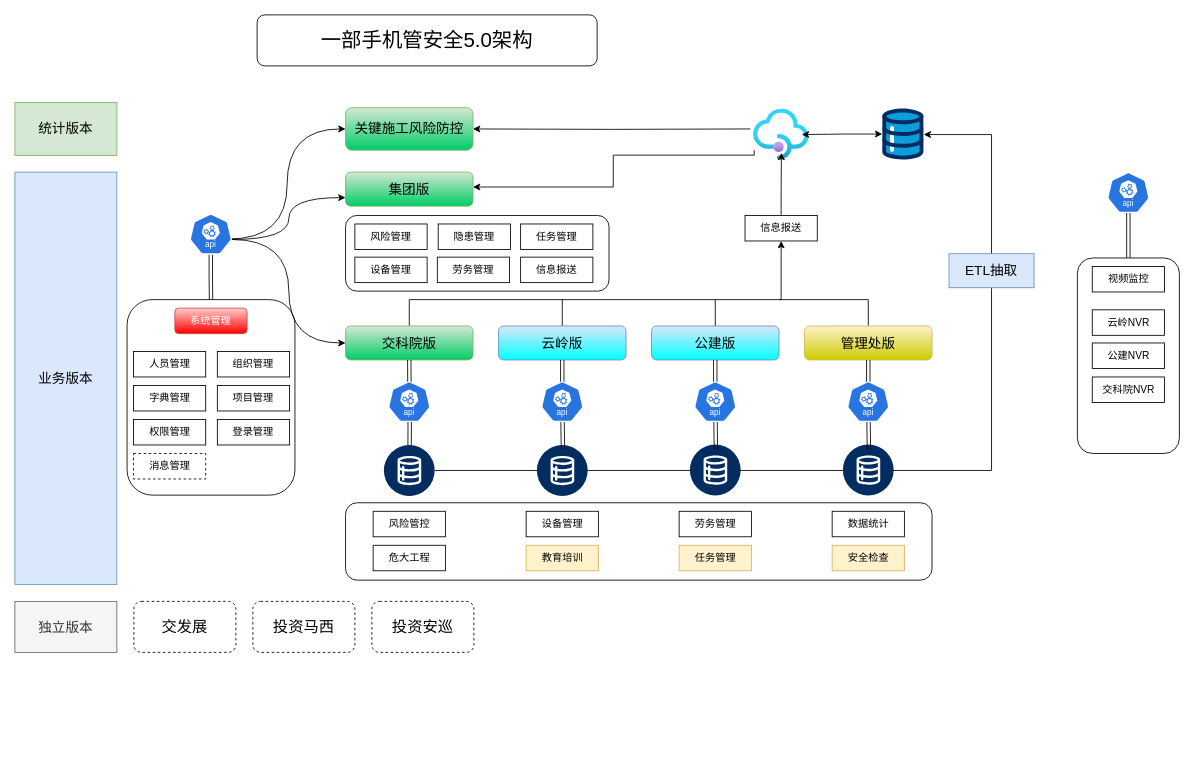
The draw.io diagram 安全5.0架构.drawio in kerwin58/drawio, before the edit. Source tidied: cells renumbered, new cells numbered last; positions are measured from the earlier drawing's top-left corner, leaving out a move shared by most shapes. Both pictures are drawn from the tidied source at 85%, with x=0, y=0 at pixel (14, 14).
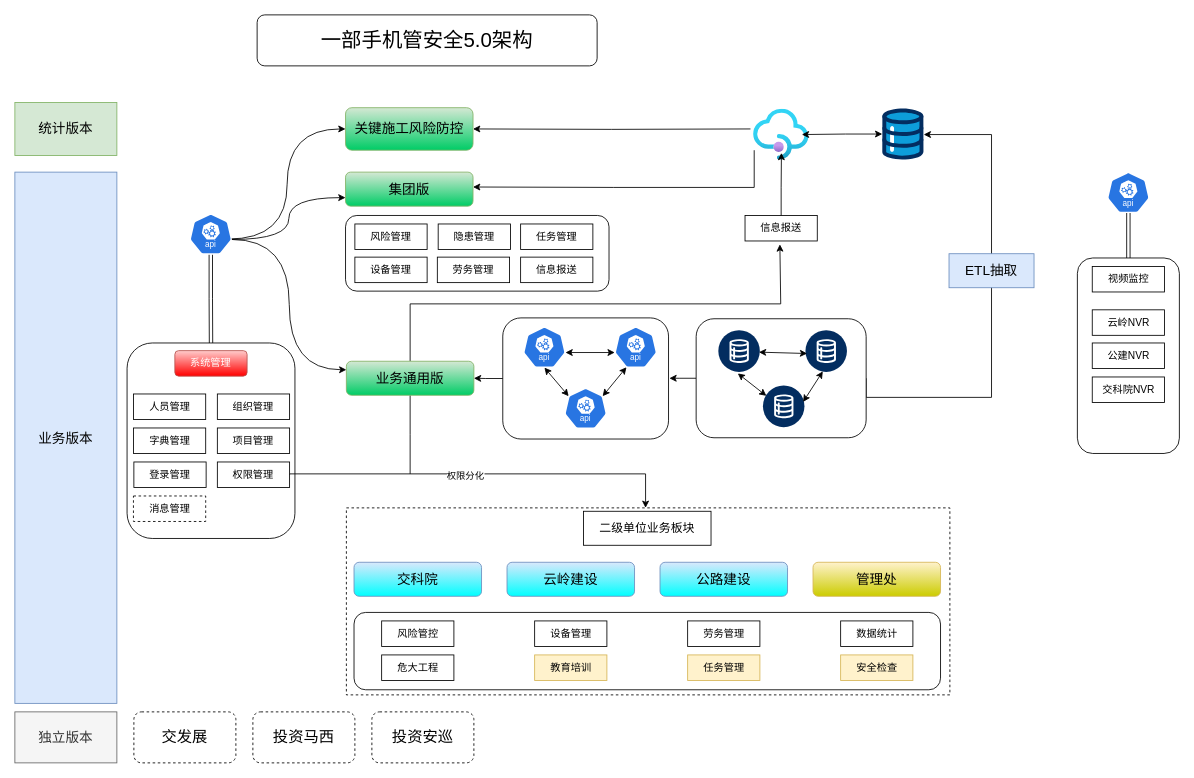
The same diagram, later.

Commit message (it also covers changes not shown here):
更新安全5.0架构.drawio

Unchanged cells that the change refers to:
```xml
<mxCell id="50" style="verticalLabelPosition=bottom;html=1;shape=mxgraph.salesforce.data;" parent="1" vertex="1">
  <mxGeometry x="1020.4" y="110.2" width="48.6" height="60" as="geometry" />
</mxCell>
<mxCell id="54" style="image;html=1;points=[];align=center;fontSize=12;image=img/lib/azure2/app_services/API_Management_Services.svg;" parent="1" vertex="1">
  <mxGeometry x="869" y="110.8" width="65" height="60" as="geometry" />
</mxCell>
<mxCell id="64" value="信息报送" style="rounded=0;whiteSpace=wrap;html=1;" parent="1" vertex="1">
  <mxGeometry x="859" y="236" width="85" height="30" as="geometry" />
</mxCell>
<mxCell id="73" style="sketch=0;html=1;dashed=0;whitespace=wrap;verticalLabelPosition=bottom;verticalAlign=top;fillColor=#2875E2;strokeColor=#ffffff;points=[[0.005,0.63,0],[0.1,0.2,0],[0.9,0.2,0],[0.5,0,0],[0.995,0.63,0],[0.72,0.99,0],[0.5,1,0],[0.28,0.99,0]];shape=mxgraph.kubernetes.icon2;kubernetesLabel=1;prIcon=api;" parent="1" vertex="1">
  <mxGeometry x="205.5" y="234" width="50" height="48" as="geometry" />
</mxCell>
```

Change to the diagram source:
```diff
@@
+    <mxCell id="77" style="rounded=0;whiteSpace=wrap;html=1;dashed=1;" parent="1" vertex="1">
+      <mxGeometry x="390" y="580" width="710" height="220" as="geometry" />
+    </mxCell>
@@
-    <mxCell id="3" style="edgeStyle=orthogonalEdgeStyle;rounded=0;jettySize=auto;html=1;entryX=1.006;entryY=0.51;entryDx=0;entryDy=0;entryPerimeter=0;" parent="1" edge="1" source="33" target="50">
+    <mxCell id="3" style="edgeStyle=orthogonalEdgeStyle;rounded=0;jettySize=auto;html=1;entryX=1.006;entryY=0.51;entryDx=0;entryDy=0;entryPerimeter=0;exitX=1;exitY=0.5;exitDx=0;exitDy=0;" parent="1" edge="1" source="90" target="50">
       <mxGeometry relative="1" as="geometry">
         <Array as="points">
-          <mxPoint x="1149" y="536" />
+          <mxPoint x="1149" y="450" />
           <mxPoint x="1149" y="141" />
         </Array>
       </mxGeometry>
     </mxCell>
@@
-    <mxCell id="5" style="edgeStyle=orthogonalEdgeStyle;rounded=0;jettySize=auto;html=1;exitX=0.5;exitY=0;exitDx=0;exitDy=0;endArrow=none;endFill=0;" parent="1" edge="1" source="6">
-      <mxGeometry relative="1" as="geometry">
-        <mxPoint x="644" y="335" as="targetPoint" />
-      </mxGeometry>
-    </mxCell>
-    <mxCell id="6" value="&lt;font style=&quot;font-size: 16px;&quot;&gt;云岭版&lt;/font&gt;" style="rounded=1;whiteSpace=wrap;html=1;fillColor=#dae8fc;strokeColor=#6c8ebf;gradientColor=#00FFFF;" parent="1" vertex="1">
-      <mxGeometry x="569" y="366" width="150" height="40" as="geometry" />
+    <mxCell id="6" value="&lt;font style=&quot;font-size: 16px;&quot;&gt;云岭建设&lt;/font&gt;" style="rounded=1;whiteSpace=wrap;html=1;fillColor=#dae8fc;strokeColor=#6c8ebf;gradientColor=#00FFFF;" parent="1" vertex="1">
+      <mxGeometry x="579" y="644" width="150" height="40" as="geometry" />
     </mxCell>
-    <mxCell id="7" style="edgeStyle=orthogonalEdgeStyle;rounded=0;jettySize=auto;html=1;exitX=0.5;exitY=0;exitDx=0;exitDy=0;entryX=0.5;entryY=1;entryDx=0;entryDy=0;" parent="1" edge="1" source="8" target="64">
-      <mxGeometry relative="1" as="geometry">
-        <Array as="points">
-          <mxPoint x="464" y="335" />
-          <mxPoint x="902" y="335" />
-        </Array>
-      </mxGeometry>
-    </mxCell>
-    <mxCell id="8" value="&lt;font style=&quot;font-size: 16px;&quot;&gt;交科院版&lt;/font&gt;" style="rounded=1;whiteSpace=wrap;html=1;fillColor=#d5e8d4;strokeColor=#82b366;gradientColor=#00CC66;" parent="1" vertex="1">
-      <mxGeometry x="389" y="366" width="150" height="40" as="geometry" />
+    <mxCell id="8" value="&lt;font style=&quot;font-size: 16px;&quot;&gt;交科院&lt;/font&gt;" style="rounded=1;whiteSpace=wrap;html=1;fillColor=#dae8fc;strokeColor=#6c8ebf;gradientColor=#00FFFF;" parent="1" vertex="1">
+      <mxGeometry x="399" y="644" width="150" height="40" as="geometry" />
     </mxCell>
-    <mxCell id="9" style="edgeStyle=orthogonalEdgeStyle;rounded=0;jettySize=auto;html=1;exitX=0.5;exitY=0;exitDx=0;exitDy=0;endArrow=none;endFill=0;" parent="1" edge="1" source="10">
-      <mxGeometry relative="1" as="geometry">
-        <mxPoint x="824" y="335" as="targetPoint" />
-      </mxGeometry>
-    </mxCell>
-    <mxCell id="10" value="&lt;font style=&quot;font-size: 16px;&quot;&gt;公建版&lt;/font&gt;" style="rounded=1;whiteSpace=wrap;html=1;fillColor=#dae8fc;strokeColor=#6c8ebf;gradientColor=#00FFFF;" parent="1" vertex="1">
-      <mxGeometry x="749" y="366" width="150" height="40" as="geometry" />
+    <mxCell id="10" value="&lt;font style=&quot;font-size: 16px;&quot;&gt;公路建设&lt;/font&gt;" style="rounded=1;whiteSpace=wrap;html=1;fillColor=#dae8fc;strokeColor=#6c8ebf;gradientColor=#00FFFF;" parent="1" vertex="1">
+      <mxGeometry x="759" y="644" width="150" height="40" as="geometry" />
     </mxCell>
-    <mxCell id="11" style="edgeStyle=orthogonalEdgeStyle;rounded=0;jettySize=auto;html=1;exitX=0.5;exitY=0;exitDx=0;exitDy=0;endArrow=none;endFill=0;" parent="1" edge="1" source="12">
-      <mxGeometry relative="1" as="geometry">
-        <mxPoint x="899" y="335" as="targetPoint" />
-        <Array as="points">
-          <mxPoint x="1004" y="335" />
-          <mxPoint x="910" y="335" />
-        </Array>
-      </mxGeometry>
-    </mxCell>
-    <mxCell id="12" value="&lt;font style=&quot;font-size: 16px;&quot;&gt;管理处版&lt;/font&gt;" style="rounded=1;whiteSpace=wrap;html=1;fillColor=#fff2cc;strokeColor=#d6b656;gradientColor=#CCCC00;" parent="1" vertex="1">
-      <mxGeometry x="929" y="366" width="150" height="40" as="geometry" />
+    <mxCell id="12" value="&lt;font style=&quot;font-size: 16px;&quot;&gt;管理处&lt;/font&gt;" style="rounded=1;whiteSpace=wrap;html=1;fillColor=#fff2cc;strokeColor=#d6b656;gradientColor=#CCCC00;" parent="1" vertex="1">
+      <mxGeometry x="939" y="644" width="150" height="40" as="geometry" />
     </mxCell>
     <mxCell id="13" value="&lt;font style=&quot;font-size: 18px;&quot;&gt;交发展&lt;/font&gt;" style="rounded=1;whiteSpace=wrap;html=1;dashed=1;" parent="1" vertex="1">
-      <mxGeometry x="140" y="690" width="120" height="60" as="geometry" />
+      <mxGeometry x="140" y="820" width="120" height="60" as="geometry" />
     </mxCell>
     <mxCell id="14" value="&lt;font style=&quot;font-size: 18px;&quot;&gt;投资马西&lt;/font&gt;" style="rounded=1;whiteSpace=wrap;html=1;dashed=1;" parent="1" vertex="1">
-      <mxGeometry x="280" y="690" width="120" height="60" as="geometry" />
+      <mxGeometry x="280" y="820" width="120" height="60" as="geometry" />
     </mxCell>
     <mxCell id="15" value="&lt;font style=&quot;font-size: 18px;&quot;&gt;投资安巡&lt;/font&gt;" style="rounded=1;whiteSpace=wrap;html=1;dashed=1;" parent="1" vertex="1">
-      <mxGeometry x="420" y="690" width="120" height="60" as="geometry" />
+      <mxGeometry x="420" y="820" width="120" height="60" as="geometry" />
     </mxCell>
@@
     <mxCell id="18" value="&lt;font style=&quot;font-size: 16px;&quot;&gt;独立版本&lt;/font&gt;" style="rounded=0;whiteSpace=wrap;html=1;fillColor=#f5f5f5;fontColor=#333333;strokeColor=#666666;" parent="1" vertex="1">
-      <mxGeometry y="690" width="120" height="60" as="geometry" />
+      <mxGeometry y="820" width="120" height="60" as="geometry" />
     </mxCell>
     <mxCell id="19" value="&lt;font style=&quot;font-size: 16px;&quot;&gt;业务版本&lt;/font&gt;" style="rounded=0;whiteSpace=wrap;html=1;fillColor=#dae8fc;strokeColor=#6c8ebf;" parent="1" vertex="1">
-      <mxGeometry y="185" width="120" height="485" as="geometry" />
+      <mxGeometry y="185" width="120" height="625" as="geometry" />
     </mxCell>
@@
     <mxCell id="21" style="rounded=1;whiteSpace=wrap;html=1;" parent="1" vertex="1">
-      <mxGeometry x="389" y="574" width="690" height="91" as="geometry" />
+      <mxGeometry x="399" y="703" width="690" height="91" as="geometry" />
     </mxCell>
     <mxCell id="22" value="风险管控" style="rounded=0;whiteSpace=wrap;html=1;" parent="1" vertex="1">
-      <mxGeometry x="421.5" y="584" width="85" height="30" as="geometry" />
+      <mxGeometry x="431.5" y="713" width="85" height="30" as="geometry" />
     </mxCell>
     <mxCell id="23" value="危大工程" style="rounded=0;whiteSpace=wrap;html=1;" parent="1" vertex="1">
-      <mxGeometry x="421.5" y="624" width="85" height="30" as="geometry" />
+      <mxGeometry x="431.5" y="753" width="85" height="30" as="geometry" />
     </mxCell>
     <mxCell id="24" value="安全检查" style="rounded=0;whiteSpace=wrap;html=1;fillColor=#fff2cc;strokeColor=#d6b656;" parent="1" vertex="1">
-      <mxGeometry x="961.5" y="624" width="85" height="30" as="geometry" />
+      <mxGeometry x="971.5" y="753" width="85" height="30" as="geometry" />
     </mxCell>
     <mxCell id="25" value="任务管理" style="rounded=0;whiteSpace=wrap;html=1;fillColor=#fff2cc;strokeColor=#d6b656;" parent="1" vertex="1">
-      <mxGeometry x="781.5" y="624" width="85" height="30" as="geometry" />
+      <mxGeometry x="791.5" y="753" width="85" height="30" as="geometry" />
     </mxCell>
     <mxCell id="26" value="劳务管理" style="rounded=0;whiteSpace=wrap;html=1;" parent="1" vertex="1">
-      <mxGeometry x="781.5" y="584" width="85" height="30" as="geometry" />
+      <mxGeometry x="791.5" y="713" width="85" height="30" as="geometry" />
     </mxCell>
     <mxCell id="27" value="设备管理" style="rounded=0;whiteSpace=wrap;html=1;" parent="1" vertex="1">
-      <mxGeometry x="601.5" y="584" width="85" height="30" as="geometry" />
+      <mxGeometry x="611.5" y="713" width="85" height="30" as="geometry" />
     </mxCell>
@@
     <mxCell id="29" value="教育培训" style="rounded=0;whiteSpace=wrap;html=1;fillColor=#fff2cc;strokeColor=#d6b656;" parent="1" vertex="1">
-      <mxGeometry x="601.5" y="624" width="85" height="30" as="geometry" />
+      <mxGeometry x="611.5" y="753" width="85" height="30" as="geometry" />
     </mxCell>
     <mxCell id="30" value="数据统计" style="rounded=0;whiteSpace=wrap;html=1;" parent="1" vertex="1">
-      <mxGeometry x="961.5" y="584" width="85" height="30" as="geometry" />
+      <mxGeometry x="971.5" y="713" width="85" height="30" as="geometry" />
     </mxCell>
-    <mxCell id="31" style="edgeStyle=orthogonalEdgeStyle;rounded=0;jettySize=auto;html=1;exitX=0.5;exitY=1;exitDx=0;exitDy=0;shape=link;" parent="1" edge="1" target="8">
-      <mxGeometry relative="1" as="geometry">
-        <mxPoint x="464" y="566" as="sourcePoint" />
-      </mxGeometry>
-    </mxCell>
-    <mxCell id="32" style="sketch=0;html=1;dashed=0;whitespace=wrap;verticalLabelPosition=bottom;verticalAlign=top;fillColor=#2875E2;strokeColor=#ffffff;points=[[0.005,0.63,0],[0.1,0.2,0],[0.9,0.2,0],[0.5,0,0],[0.995,0.63,0],[0.72,0.99,0],[0.5,1,0],[0.28,0.99,0]];shape=mxgraph.kubernetes.icon2;kubernetesLabel=1;prIcon=api;" parent="1" vertex="1">
-      <mxGeometry x="439" y="431" width="50" height="48" as="geometry" />
-    </mxCell>
-    <mxCell id="33" style="verticalLabelPosition=bottom;html=1;shape=mxgraph.salesforce.data2;" parent="1" vertex="1">
-      <mxGeometry x="434" y="506" width="60" height="60" as="geometry" />
-    </mxCell>
-    <mxCell id="34" style="verticalLabelPosition=bottom;html=1;shape=mxgraph.salesforce.data2;" parent="1" vertex="1">
-      <mxGeometry x="614" y="506" width="60" height="60" as="geometry" />
-    </mxCell>
-    <mxCell id="35" style="verticalLabelPosition=bottom;html=1;shape=mxgraph.salesforce.data2;" parent="1" vertex="1">
-      <mxGeometry x="794" y="505.5" width="60" height="60" as="geometry" />
-    </mxCell>
-    <mxCell id="36" style="verticalLabelPosition=bottom;html=1;shape=mxgraph.salesforce.data2;" parent="1" vertex="1">
-      <mxGeometry x="974" y="505.5" width="60" height="60" as="geometry" />
-    </mxCell>
@@
-    <mxCell id="44" style="edgeStyle=orthogonalEdgeStyle;rounded=0;jettySize=auto;html=1;exitX=0.5;exitY=1;exitDx=0;exitDy=0;entryX=0.513;entryY=0.08;entryDx=0;entryDy=0;entryPerimeter=0;shape=link;" parent="1" edge="1" source="6" target="34">
-      <mxGeometry relative="1" as="geometry" />
-    </mxCell>
-    <mxCell id="45" style="edgeStyle=orthogonalEdgeStyle;rounded=0;jettySize=auto;html=1;exitX=0.5;exitY=1;exitDx=0;exitDy=0;entryX=0.513;entryY=0.102;entryDx=0;entryDy=0;entryPerimeter=0;shape=link;" parent="1" edge="1" source="10" target="35">
-      <mxGeometry relative="1" as="geometry" />
-    </mxCell>
-    <mxCell id="46" style="sketch=0;html=1;dashed=0;whitespace=wrap;verticalLabelPosition=bottom;verticalAlign=top;fillColor=#2875E2;strokeColor=#ffffff;points=[[0.005,0.63,0],[0.1,0.2,0],[0.9,0.2,0],[0.5,0,0],[0.995,0.63,0],[0.72,0.99,0],[0.5,1,0],[0.28,0.99,0]];shape=mxgraph.kubernetes.icon2;kubernetesLabel=1;prIcon=api;" parent="1" vertex="1">
-      <mxGeometry x="619" y="431" width="50" height="48" as="geometry" />
-    </mxCell>
-    <mxCell id="47" style="edgeStyle=orthogonalEdgeStyle;rounded=0;jettySize=auto;html=1;exitX=0.5;exitY=1;exitDx=0;exitDy=0;entryX=0.513;entryY=0.102;entryDx=0;entryDy=0;entryPerimeter=0;shape=link;" parent="1" edge="1" source="12" target="36">
-      <mxGeometry relative="1" as="geometry" />
-    </mxCell>
-    <mxCell id="48" style="sketch=0;html=1;dashed=0;whitespace=wrap;verticalLabelPosition=bottom;verticalAlign=top;fillColor=#2875E2;strokeColor=#ffffff;points=[[0.005,0.63,0],[0.1,0.2,0],[0.9,0.2,0],[0.5,0,0],[0.995,0.63,0],[0.72,0.99,0],[0.5,1,0],[0.28,0.99,0]];shape=mxgraph.kubernetes.icon2;kubernetesLabel=1;prIcon=api;" parent="1" vertex="1">
-      <mxGeometry x="799" y="431" width="50" height="48" as="geometry" />
-    </mxCell>
-    <mxCell id="49" style="sketch=0;html=1;dashed=0;whitespace=wrap;verticalLabelPosition=bottom;verticalAlign=top;fillColor=#2875E2;strokeColor=#ffffff;shape=mxgraph.kubernetes.icon2;kubernetesLabel=1;prIcon=api;" parent="1" vertex="1">
-      <mxGeometry x="979" y="431" width="50" height="48" as="geometry" />
-    </mxCell>
@@
     <mxCell id="53" style="edgeStyle=orthogonalEdgeStyle;rounded=0;jettySize=auto;html=1;entryX=1;entryY=0.25;entryDx=0;entryDy=0;exitX=0.012;exitY=0.807;exitDx=0;exitDy=0;exitPerimeter=0;" parent="1" edge="1" source="54">
       <mxGeometry relative="1" as="geometry">
         <mxPoint x="539" y="202.5" as="targetPoint" />
         <Array as="points">
-          <mxPoint x="870" y="165" />
-          <mxPoint x="704" y="165" />
+          <mxPoint x="870" y="203" />
           <mxPoint x="704" y="203" />
         </Array>
       </mxGeometry>
     </mxCell>
@@
     <mxCell id="55" style="rounded=1;whiteSpace=wrap;html=1;" parent="1" vertex="1">
-      <mxGeometry x="132" y="335" width="197.5" height="230" as="geometry" />
+      <mxGeometry x="132" y="386" width="197.5" height="230" as="geometry" />
     </mxCell>
     <mxCell id="56" value="&lt;font style=&quot;color: rgb(255, 255, 255);&quot;&gt;系统管理&lt;/font&gt;" style="rounded=1;whiteSpace=wrap;html=1;fillColor=#FFCCCC;strokeColor=#b85450;gradientColor=#FF0000;" parent="1" vertex="1">
-      <mxGeometry x="188.2" y="345" width="85" height="30" as="geometry" />
+      <mxGeometry x="188.2" y="395" width="85" height="30" as="geometry" />
     </mxCell>
     <mxCell id="57" value="人员管理" style="rounded=0;whiteSpace=wrap;html=1;" parent="1" vertex="1">
-      <mxGeometry x="139.5" y="396" width="85" height="30" as="geometry" />
+      <mxGeometry x="139.5" y="446" width="85" height="30" as="geometry" />
     </mxCell>
+    <mxCell id="78" style="edgeStyle=orthogonalEdgeStyle;rounded=0;jettySize=auto;html=1;exitX=1;exitY=0.5;exitDx=0;exitDy=0;" parent="1" edge="1" source="58">
+      <mxGeometry relative="1" as="geometry">
+        <mxPoint x="742" y="580" as="targetPoint" />
+        <Array as="points">
+          <mxPoint x="323" y="540" />
+          <mxPoint x="742" y="540" />
+        </Array>
+      </mxGeometry>
+    </mxCell>
+    <mxCell id="79" value="权限分化" style="edgeLabel;html=1;align=center;verticalAlign=middle;" parent="78" vertex="1">
+      <mxGeometry x="0.08" y="-2" relative="1" as="geometry">
+        <mxPoint x="-41" y="-1" as="offset" />
+      </mxGeometry>
+    </mxCell>
     <mxCell id="58" value="权限管理" style="rounded=0;whiteSpace=wrap;html=1;" parent="1" vertex="1">
-      <mxGeometry x="139.5" y="476" width="85" height="30" as="geometry" />
+      <mxGeometry x="238.2" y="526" width="85" height="30" as="geometry" />
     </mxCell>
     <mxCell id="59" value="组织管理" style="rounded=0;whiteSpace=wrap;html=1;" parent="1" vertex="1">
-      <mxGeometry x="238.2" y="396" width="85" height="30" as="geometry" />
+      <mxGeometry x="238.2" y="446" width="85" height="30" as="geometry" />
     </mxCell>
     <mxCell id="60" value="字典管理" style="rounded=0;whiteSpace=wrap;html=1;" parent="1" vertex="1">
-      <mxGeometry x="139.5" y="436" width="85" height="30" as="geometry" />
+      <mxGeometry x="139.5" y="486" width="85" height="30" as="geometry" />
     </mxCell>
     <mxCell id="61" value="项目管理" style="rounded=0;whiteSpace=wrap;html=1;" parent="1" vertex="1">
-      <mxGeometry x="238.2" y="436" width="85" height="30" as="geometry" />
+      <mxGeometry x="238.2" y="486" width="85" height="30" as="geometry" />
     </mxCell>
     <mxCell id="62" value="登录管理" style="rounded=0;whiteSpace=wrap;html=1;" parent="1" vertex="1">
-      <mxGeometry x="238.2" y="476" width="85" height="30" as="geometry" />
+      <mxGeometry x="140" y="526" width="85" height="30" as="geometry" />
     </mxCell>
     <mxCell id="63" value="消息管理" style="rounded=0;whiteSpace=wrap;html=1;dashed=1;" parent="1" vertex="1">
-      <mxGeometry x="139.5" y="516" width="85" height="30" as="geometry" />
+      <mxGeometry x="139.5" y="566" width="85" height="30" as="geometry" />
     </mxCell>
@@
-    <mxCell id="72" style="edgeStyle=orthogonalEdgeStyle;rounded=0;jettySize=auto;html=1;exitX=0.995;exitY=0.63;exitDx=0;exitDy=0;exitPerimeter=0;entryX=0;entryY=0.5;entryDx=0;entryDy=0;curved=1;" parent="1" edge="1" source="73" target="8">
+    <mxCell id="72" style="edgeStyle=orthogonalEdgeStyle;rounded=0;jettySize=auto;html=1;exitX=0.995;exitY=0.63;exitDx=0;exitDy=0;exitPerimeter=0;entryX=0;entryY=0.25;entryDx=0;entryDy=0;curved=1;" parent="1" edge="1" source="73" target="82">
       <mxGeometry relative="1" as="geometry" />
     </mxCell>
@@
+    <mxCell id="80" style="edgeStyle=orthogonalEdgeStyle;rounded=0;jettySize=auto;html=1;endArrow=none;endFill=0;" parent="1" edge="1" source="82">
+      <mxGeometry relative="1" as="geometry">
+        <mxPoint x="465" y="540" as="targetPoint" />
+      </mxGeometry>
+    </mxCell>
+    <mxCell id="81" style="edgeStyle=orthogonalEdgeStyle;rounded=0;jettySize=auto;html=1;" parent="1" edge="1" source="82">
+      <mxGeometry relative="1" as="geometry">
+        <mxPoint x="900" y="270" as="targetPoint" />
+        <Array as="points">
+          <mxPoint x="465" y="340" />
+          <mxPoint x="901" y="340" />
+        </Array>
+      </mxGeometry>
+    </mxCell>
+    <mxCell id="82" value="&lt;span style=&quot;font-size: 16px;&quot;&gt;业务通用版&lt;/span&gt;" style="rounded=1;whiteSpace=wrap;html=1;fillColor=#d5e8d4;strokeColor=#82b366;gradientColor=#00CC66;" parent="1" vertex="1">
+      <mxGeometry x="390" y="407.5" width="150" height="40" as="geometry" />
+    </mxCell>
+    <mxCell id="83" style="group;" parent="1" vertex="1">
+      <mxGeometry x="574" y="356.5" width="195" height="142.5" as="geometry" />
+    </mxCell>
+    <mxCell id="84" style="rounded=1;whiteSpace=wrap;html=1;" parent="83" vertex="1">
+      <mxGeometry width="195" height="142.5" as="geometry" />
+    </mxCell>
+    <mxCell id="32" style="sketch=0;html=1;dashed=0;whitespace=wrap;verticalLabelPosition=bottom;verticalAlign=top;fillColor=#2875E2;strokeColor=#ffffff;points=[[0.005,0.63,0],[0.1,0.2,0],[0.9,0.2,0],[0.5,0,0],[0.995,0.63,0],[0.72,0.99,0],[0.5,1,0],[0.28,0.99,0]];shape=mxgraph.kubernetes.icon2;kubernetesLabel=1;prIcon=api;" parent="83" vertex="1">
+      <mxGeometry x="24" y="10.5" width="50" height="48" as="geometry" />
+    </mxCell>
+    <mxCell id="46" style="sketch=0;html=1;dashed=0;whitespace=wrap;verticalLabelPosition=bottom;verticalAlign=top;fillColor=#2875E2;strokeColor=#ffffff;points=[[0.005,0.63,0],[0.1,0.2,0],[0.9,0.2,0],[0.5,0,0],[0.995,0.63,0],[0.72,0.99,0],[0.5,1,0],[0.28,0.99,0]];shape=mxgraph.kubernetes.icon2;kubernetesLabel=1;prIcon=api;" parent="83" vertex="1">
+      <mxGeometry x="131.5" y="10.5" width="50" height="48" as="geometry" />
+    </mxCell>
+    <mxCell id="48" style="sketch=0;html=1;dashed=0;whitespace=wrap;verticalLabelPosition=bottom;verticalAlign=top;fillColor=#2875E2;strokeColor=#ffffff;points=[[0.005,0.63,0],[0.1,0.2,0],[0.9,0.2,0],[0.5,0,0],[0.995,0.63,0],[0.72,0.99,0],[0.5,1,0],[0.28,0.99,0]];shape=mxgraph.kubernetes.icon2;kubernetesLabel=1;prIcon=api;" parent="83" vertex="1">
+      <mxGeometry x="72.5" y="82.5" width="50" height="48" as="geometry" />
+    </mxCell>
+    <mxCell id="85" style="rounded=0;jettySize=auto;html=1;exitX=0.5;exitY=1;exitDx=0;exitDy=0;exitPerimeter=0;entryX=0.1;entryY=0.2;entryDx=0;entryDy=0;entryPerimeter=0;startArrow=classic;startFill=1;" parent="83" edge="1" source="32" target="48">
+      <mxGeometry relative="1" as="geometry" />
+    </mxCell>
+    <mxCell id="86" style="rounded=0;jettySize=auto;html=1;exitX=0.9;exitY=0.2;exitDx=0;exitDy=0;exitPerimeter=0;entryX=0.28;entryY=0.99;entryDx=0;entryDy=0;entryPerimeter=0;startArrow=classic;startFill=1;" parent="83" edge="1" source="48" target="46">
+      <mxGeometry relative="1" as="geometry" />
+    </mxCell>
+    <mxCell id="87" style="edgeStyle=orthogonalEdgeStyle;rounded=0;jettySize=auto;html=1;exitX=0.995;exitY=0.63;exitDx=0;exitDy=0;exitPerimeter=0;entryX=0.005;entryY=0.63;entryDx=0;entryDy=0;entryPerimeter=0;startArrow=classic;startFill=1;" parent="83" edge="1" source="32" target="46">
+      <mxGeometry relative="1" as="geometry" />
+    </mxCell>
+    <mxCell id="88" style="group;" parent="1" vertex="1">
+      <mxGeometry x="801.5" y="357.5" width="200" height="140" as="geometry" />
+    </mxCell>
+    <mxCell id="89" style="edgeStyle=orthogonalEdgeStyle;rounded=0;jettySize=auto;html=1;" parent="88" edge="1" source="90">
+      <mxGeometry relative="1" as="geometry">
+        <mxPoint x="-31.5" y="70" as="targetPoint" />
+      </mxGeometry>
+    </mxCell>
+    <mxCell id="90" style="rounded=1;whiteSpace=wrap;html=1;" parent="88" vertex="1">
+      <mxGeometry width="200" height="140" as="geometry" />
+    </mxCell>
+    <mxCell id="34" style="verticalLabelPosition=bottom;html=1;shape=mxgraph.salesforce.data2;" parent="88" vertex="1">
+      <mxGeometry x="26" y="13.5" width="49" height="49" as="geometry" />
+    </mxCell>
+    <mxCell id="35" style="verticalLabelPosition=bottom;html=1;shape=mxgraph.salesforce.data2;" parent="88" vertex="1">
+      <mxGeometry x="128.5" y="13.5" width="49" height="49" as="geometry" />
+    </mxCell>
+    <mxCell id="36" style="verticalLabelPosition=bottom;html=1;shape=mxgraph.salesforce.data2;" parent="88" vertex="1">
+      <mxGeometry x="78.5" y="78.5" width="49" height="49" as="geometry" />
+    </mxCell>
+    <mxCell id="91" style="endArrow=classic;startArrow=classic;html=1;rounded=0;entryX=0.469;entryY=1.037;entryDx=0;entryDy=0;entryPerimeter=0;exitX=0.082;exitY=0.249;exitDx=0;exitDy=0;exitPerimeter=0;" parent="88" edge="1" source="36" target="34">
+      <mxGeometry relative="1" as="geometry" />
+    </mxCell>
+    <mxCell id="92" style="endArrow=classic;startArrow=classic;html=1;rounded=0;exitX=0.977;exitY=0.547;exitDx=0;exitDy=0;exitPerimeter=0;entryX=0.041;entryY=0.58;entryDx=0;entryDy=0;entryPerimeter=0;" parent="88" edge="1">
+      <mxGeometry relative="1" as="geometry">
+        <mxPoint x="73.8" y="39.3" as="sourcePoint" />
+        <mxPoint x="130.6" y="40.9" as="targetPoint" />
+      </mxGeometry>
+    </mxCell>
+    <mxCell id="93" style="endArrow=classic;startArrow=classic;html=1;rounded=0;entryX=0.418;entryY=0.988;entryDx=0;entryDy=0;entryPerimeter=0;exitX=0.967;exitY=0.396;exitDx=0;exitDy=0;exitPerimeter=0;" parent="88" edge="1" source="36" target="35">
+      <mxGeometry relative="1" as="geometry" />
+    </mxCell>
+    <mxCell id="94" value="&lt;font style=&quot;font-size: 14px;&quot;&gt;二级单位业务板块&lt;/font&gt;" style="rounded=0;whiteSpace=wrap;html=1;" parent="1" vertex="1">
+      <mxGeometry x="669" y="584" width="150" height="40" as="geometry" />
+    </mxCell>
+    <mxCell id="95" style="edgeStyle=orthogonalEdgeStyle;rounded=0;jettySize=auto;html=1;" parent="1" edge="1" source="84" target="82">
+      <mxGeometry relative="1" as="geometry" />
+    </mxCell>
```
